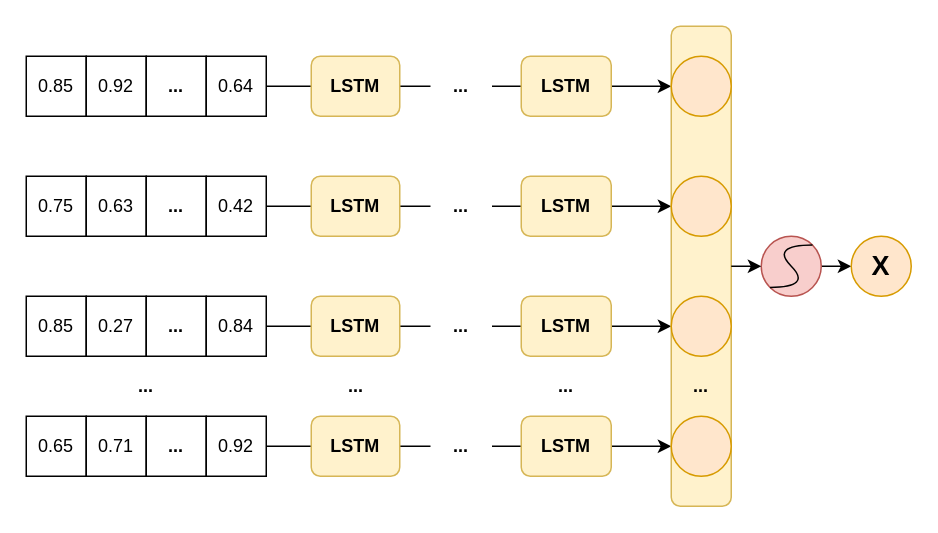
dataml-cn/playground keeps this draw.io diagram as 99_resources/11_img/LSTM.drawio. Above is the earlier version. Source tidied: cells renumbered, new cells numbered last; positions are measured from the earlier drawing's top-left corner, leaving out a move shared by most shapes. Both pictures are drawn from the tidied source at 150%, with x=0, y=0 at pixel (26, 26).
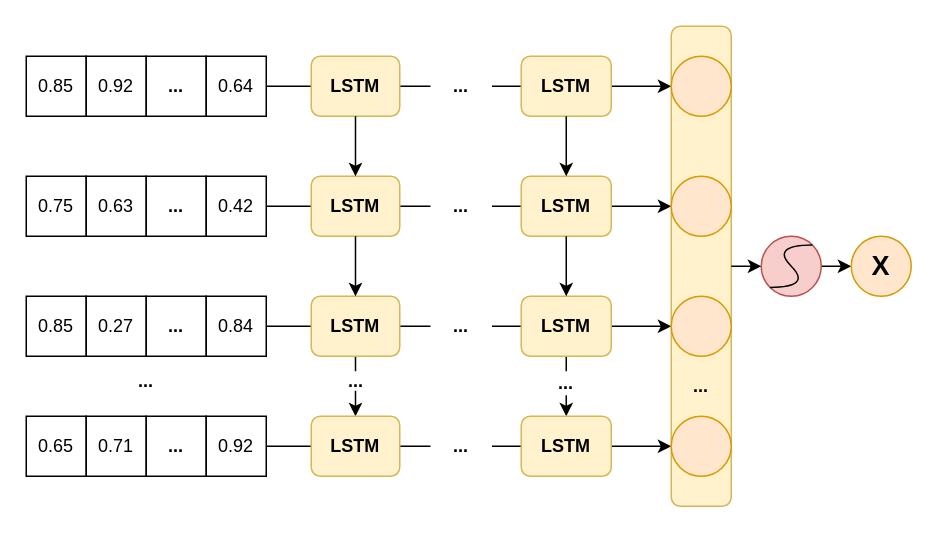
After the change.

Unchanged cells that the change refers to:
```xml
<mxCell id="12" value="&lt;b&gt;LSTM&lt;/b&gt;" style="rounded=1;whiteSpace=wrap;html=1;fillColor=#fff2cc;strokeColor=#d6b656;" parent="1" vertex="1">
  <mxGeometry x="330" y="20" width="60" height="40" as="geometry" />
</mxCell>
<mxCell id="13" value="&lt;b&gt;LSTM&lt;/b&gt;" style="rounded=1;whiteSpace=wrap;html=1;fillColor=#fff2cc;strokeColor=#d6b656;" parent="1" vertex="1">
  <mxGeometry x="330" y="100" width="60" height="40" as="geometry" />
</mxCell>
<mxCell id="14" value="&lt;b&gt;LSTM&lt;/b&gt;" style="rounded=1;whiteSpace=wrap;html=1;fillColor=#fff2cc;strokeColor=#d6b656;" parent="1" vertex="1">
  <mxGeometry x="330" y="180" width="60" height="40" as="geometry" />
</mxCell>
<mxCell id="15" value="&lt;b&gt;LSTM&lt;/b&gt;" style="rounded=1;whiteSpace=wrap;html=1;fillColor=#fff2cc;strokeColor=#d6b656;" parent="1" vertex="1">
  <mxGeometry x="330" y="260" width="60" height="40" as="geometry" />
</mxCell>
<mxCell id="16" value="&lt;b&gt;LSTM&lt;/b&gt;" style="rounded=1;whiteSpace=wrap;html=1;fillColor=#fff2cc;strokeColor=#d6b656;" parent="1" vertex="1">
  <mxGeometry x="190" y="20" width="59" height="40" as="geometry" />
</mxCell>
<mxCell id="17" value="&lt;b&gt;LSTM&lt;/b&gt;" style="rounded=1;whiteSpace=wrap;html=1;fillColor=#fff2cc;strokeColor=#d6b656;" parent="1" vertex="1">
  <mxGeometry x="190" y="100" width="59" height="40" as="geometry" />
</mxCell>
<mxCell id="18" value="&lt;b&gt;LSTM&lt;/b&gt;" style="rounded=1;whiteSpace=wrap;html=1;fillColor=#fff2cc;strokeColor=#d6b656;" parent="1" vertex="1">
  <mxGeometry x="190" y="180" width="59" height="40" as="geometry" />
</mxCell>
<mxCell id="19" value="&lt;b&gt;LSTM&lt;/b&gt;" style="rounded=1;whiteSpace=wrap;html=1;fillColor=#fff2cc;strokeColor=#d6b656;" parent="1" vertex="1">
  <mxGeometry x="190" y="260" width="59" height="40" as="geometry" />
</mxCell>
```

Change to the diagram source:
```diff
@@
+    <mxCell id="49" style="endArrow=classic;html=1;strokeWidth=1;exitX=0.5;exitY=1;exitDx=0;exitDy=0;" parent="1" edge="1" source="14" target="15">
+      <mxGeometry relative="1" as="geometry" />
+    </mxCell>
+    <mxCell id="50" style="endArrow=classic;html=1;strokeWidth=1;exitX=0.5;exitY=1;exitDx=0;exitDy=0;entryX=0.5;entryY=0;entryDx=0;entryDy=0;" parent="1" edge="1" source="18" target="19">
+      <mxGeometry relative="1" as="geometry" />
+    </mxCell>
@@
     <mxCell id="41" value="&lt;b&gt;...&lt;/b&gt;" style="text;html=1;strokeColor=none;fillColor=none;align=center;verticalAlign=middle;whiteSpace=wrap;rounded=0;" parent="1" vertex="1">
-      <mxGeometry x="60" y="230" width="40" height="20" as="geometry" />
+      <mxGeometry x="60" y="230" width="40" height="14" as="geometry" />
     </mxCell>
-    <mxCell id="42" value="&lt;b&gt;...&lt;/b&gt;" style="text;html=1;strokeColor=none;fillColor=none;align=center;verticalAlign=middle;whiteSpace=wrap;rounded=0;" parent="1" vertex="1">
-      <mxGeometry x="199.5" y="230" width="40" height="20" as="geometry" />
+    <mxCell id="42" value="&lt;b&gt;...&lt;/b&gt;" style="text;html=1;align=center;verticalAlign=middle;whiteSpace=wrap;rounded=0;fillColor=#ffffff;" parent="1" vertex="1">
+      <mxGeometry x="199.5" y="230" width="40" height="13" as="geometry" />
     </mxCell>
-    <mxCell id="43" value="&lt;b&gt;...&lt;/b&gt;" style="text;html=1;strokeColor=none;fillColor=none;align=center;verticalAlign=middle;whiteSpace=wrap;rounded=0;" parent="1" vertex="1">
-      <mxGeometry x="340" y="230" width="40" height="20" as="geometry" />
+    <mxCell id="43" value="&lt;b&gt;...&lt;/b&gt;" style="text;html=1;strokeColor=none;align=center;verticalAlign=middle;whiteSpace=wrap;rounded=0;fillColor=#ffffff;" parent="1" vertex="1">
+      <mxGeometry x="340" y="230" width="40" height="16" as="geometry" />
     </mxCell>
@@
+    <mxCell id="51" style="endArrow=classic;html=1;strokeWidth=1;exitX=0.5;exitY=1;exitDx=0;exitDy=0;" parent="1" edge="1" source="16" target="17">
+      <mxGeometry relative="1" as="geometry" />
+    </mxCell>
+    <mxCell id="52" style="endArrow=classic;html=1;strokeWidth=1;exitX=0.5;exitY=1;exitDx=0;exitDy=0;" parent="1" edge="1" source="17" target="18">
+      <mxGeometry relative="1" as="geometry" />
+    </mxCell>
+    <mxCell id="53" style="endArrow=classic;html=1;strokeWidth=1;exitX=0.5;exitY=1;exitDx=0;exitDy=0;" parent="1" edge="1" source="12" target="13">
+      <mxGeometry relative="1" as="geometry" />
+    </mxCell>
+    <mxCell id="54" style="endArrow=classic;html=1;strokeWidth=1;exitX=0.5;exitY=1;exitDx=0;exitDy=0;" parent="1" edge="1" source="13" target="14">
+      <mxGeometry relative="1" as="geometry" />
+    </mxCell>
```
